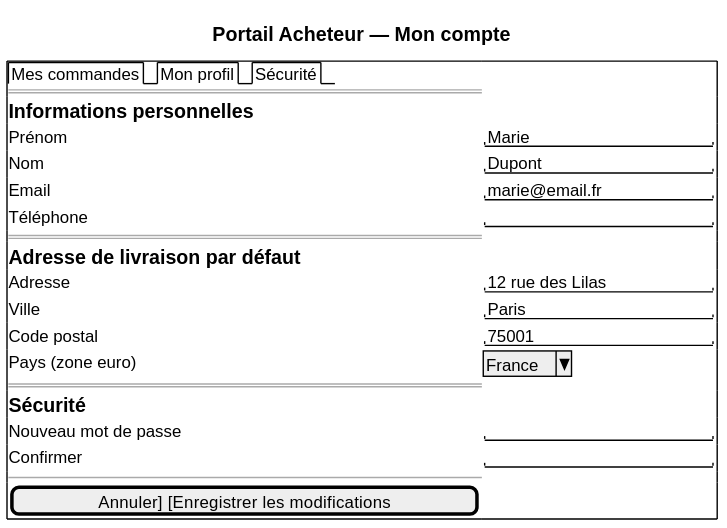
Before: architecture/04-physical-architecture/diagrams/ihm-pa-mon-compte.svg, a diagram exported from PlantUML (louistalvande/online_shop).
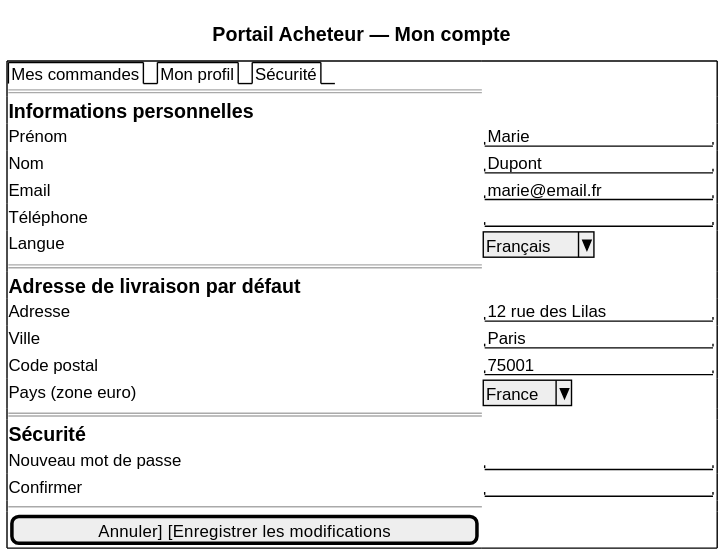
Above is the later version.

What changed in the source:
```diff
@@ -9,6 +9,7 @@
   Nom          | "Dupont              "
   Email        | "marie@email.fr      "
   Téléphone    | "                    "
+  Langue       | ^Français^
   ==
   == Adresse de livraison par défaut
   Adresse      | "12 rue des Lilas    "
```
